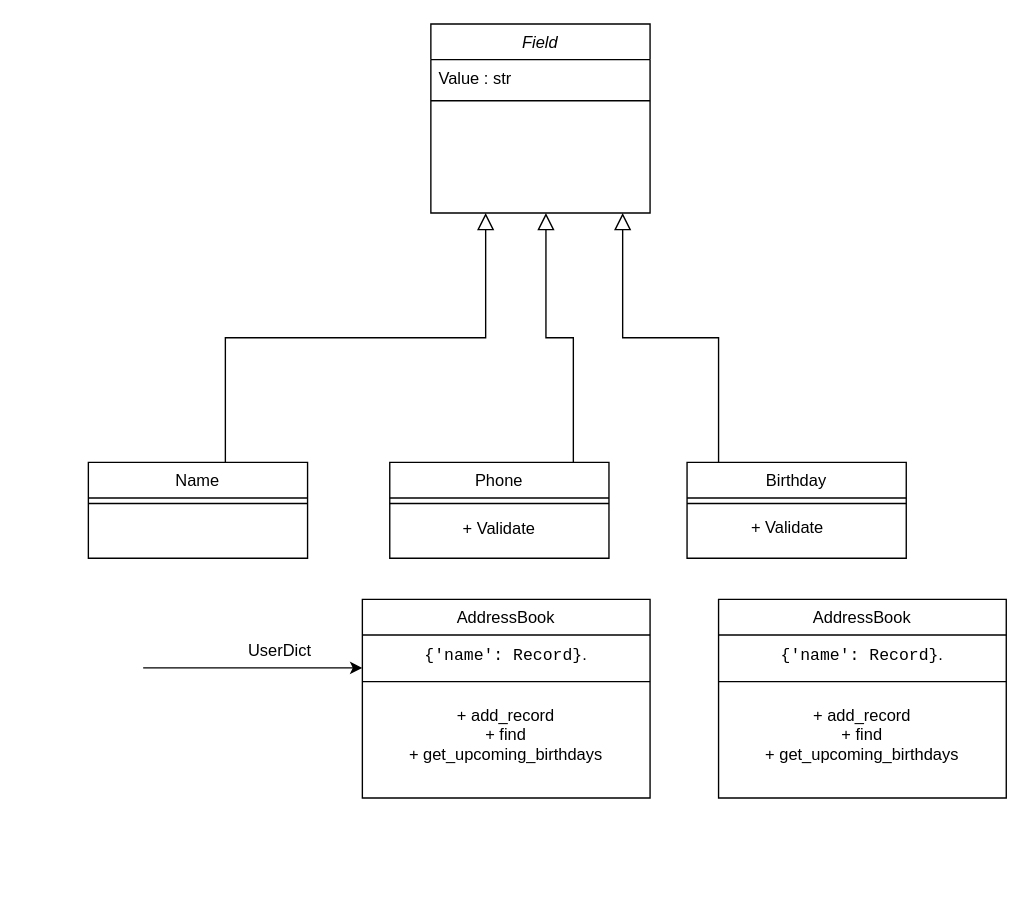
SvetlanaRomaniuk111/goit-pycore-hw-08 keeps this draw.io diagram as Untitled Diagram.drawio. Above is the earlier version. Source tidied: cells renumbered, new cells numbered last; positions are measured from the earlier drawing's top-left corner, leaving out a move shared by most shapes. Both pictures are drawn from the tidied source at 137%, with x=0, y=0 at pixel (88, 23).
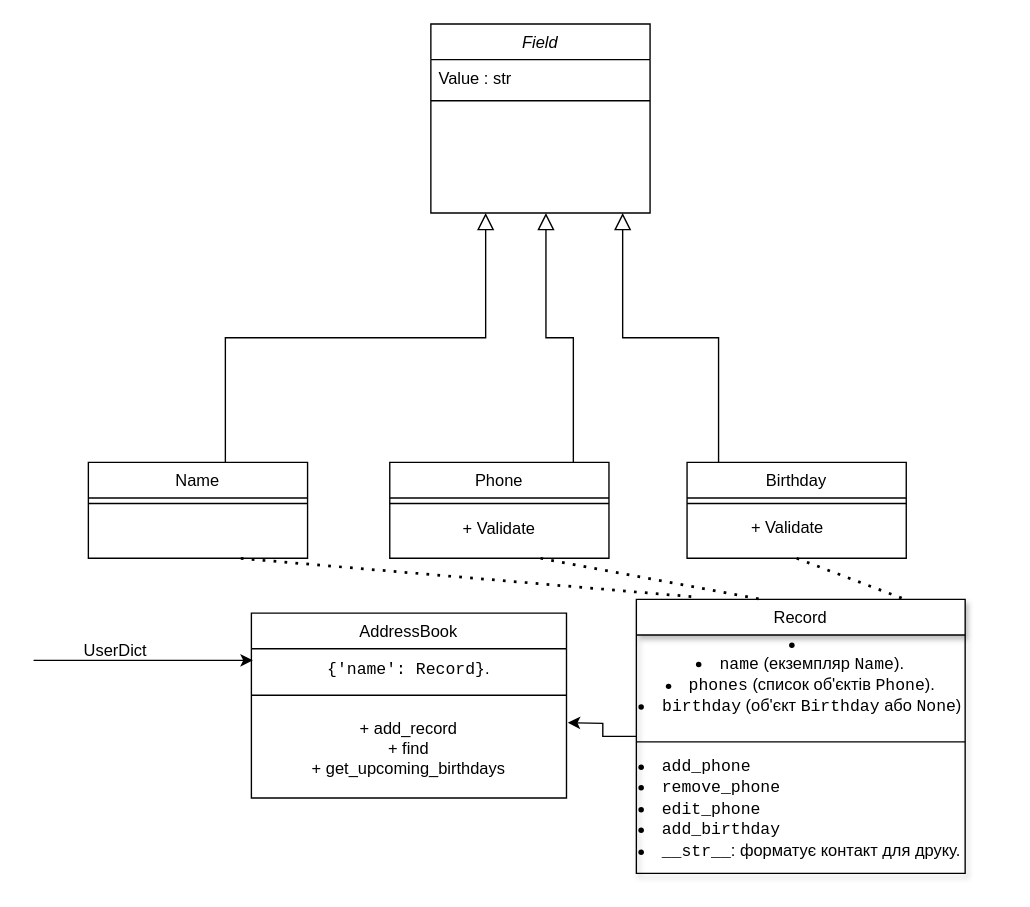
The same diagram, later.

The change refers to these unchanged cells:
```xml
<mxCell id="12" value="Birthday" style="swimlane;fontStyle=0;align=center;verticalAlign=top;horizontal=1;startSize=26;rounded=0;shadow=0;strokeWidth=1;" parent="1" vertex="1">
  <mxGeometry x="437" y="320" width="160" height="70" as="geometry" />
</mxCell>
```

Diff of the diagram source:
```diff
@@
     <mxCell id="17" style="edgeStyle=none;orthogonalLoop=1;jettySize=auto;html=1;rounded=0;entryX=0;entryY=0.5;entryDx=0;entryDy=0;" parent="1" edge="1">
       <mxGeometry relative="1" as="geometry">
-        <mxPoint x="40" y="470" as="sourcePoint" />
-        <mxPoint x="200" y="470" as="targetPoint" />
+        <mxPoint x="-40" y="464.5" as="sourcePoint" />
+        <mxPoint x="120" y="464.5" as="targetPoint" />
       </mxGeometry>
     </mxCell>
     <mxCell id="18" value="UserDict&lt;div&gt;&lt;br&gt;&lt;/div&gt;" style="text;strokeColor=none;align=center;fillColor=none;html=1;verticalAlign=middle;whiteSpace=wrap;rounded=0;" parent="1" vertex="1">
-      <mxGeometry x="110" y="450" width="60" height="30" as="geometry" />
+      <mxGeometry x="-10" y="450" width="60" height="30" as="geometry" />
     </mxCell>
     <mxCell id="19" value="AddressBook&#10;" style="swimlane;fontStyle=0;align=center;verticalAlign=top;horizontal=1;startSize=26;rounded=0;shadow=0;strokeWidth=1;" parent="1" vertex="1">
-      <mxGeometry x="200" y="420" width="210" height="145" as="geometry" />
+      <mxGeometry x="119" y="430" width="230" height="135" as="geometry" />
     </mxCell>
     <mxCell id="20" value="&lt;div&gt;&lt;br&gt;&lt;/div&gt;&lt;div&gt;&lt;br&gt;&lt;/div&gt;&lt;div&gt;&lt;br&gt;&lt;/div&gt;&lt;div&gt;&lt;br&gt;&lt;/div&gt;&lt;div&gt;&lt;br&gt;&lt;/div&gt;&lt;div&gt;&lt;code&gt;{'name': Record}&lt;/code&gt;.&lt;/div&gt;&lt;div&gt;&lt;br&gt;&lt;/div&gt;&lt;div&gt;&lt;br&gt;&lt;/div&gt;+ add_record&lt;div&gt;+&amp;nbsp;find&lt;/div&gt;&lt;div&gt;+&amp;nbsp;get_upcoming_birthdays&lt;/div&gt;" style="text;strokeColor=none;align=center;fillColor=none;html=1;verticalAlign=middle;whiteSpace=wrap;rounded=0;" parent="19" vertex="1">
-      <mxGeometry y="26" width="210" height="30" as="geometry" />
+      <mxGeometry y="26" width="230" height="30" as="geometry" />
     </mxCell>
     <mxCell id="21" style="line;html=1;strokeWidth=1;align=left;verticalAlign=middle;spacingTop=-1;spacingLeft=3;spacingRight=3;labelPosition=right;" parent="19" vertex="1">
-      <mxGeometry y="56" width="210" height="8" as="geometry" />
+      <mxGeometry y="56" width="230" height="8" as="geometry" />
     </mxCell>
+    <mxCell id="25" style="edgeStyle=orthogonalEdgeStyle;rounded=0;jettySize=auto;html=1;exitX=0;exitY=0.5;exitDx=0;exitDy=0;" parent="1" edge="1" source="22">
+      <mxGeometry relative="1" as="geometry">
+        <mxPoint x="350" y="510" as="targetPoint" />
+      </mxGeometry>
+    </mxCell>
-    <mxCell id="22" value="AddressBook&#10;" style="swimlane;fontStyle=0;align=center;verticalAlign=top;horizontal=1;startSize=26;rounded=0;shadow=0;strokeWidth=1;" parent="1" vertex="1">
-      <mxGeometry x="460" y="420" width="210" height="145" as="geometry" />
+    <mxCell id="22" value="Record&#10;" style="swimlane;fontStyle=0;align=center;verticalAlign=top;horizontal=1;startSize=26;rounded=0;shadow=1;strokeWidth=1;" parent="1" vertex="1">
+      <mxGeometry x="400" y="420" width="240" height="200" as="geometry" />
     </mxCell>
+    <mxCell id="24" style="line;html=1;strokeWidth=1;align=left;verticalAlign=middle;spacingTop=-1;spacingLeft=3;spacingRight=3;labelPosition=right;" parent="22" vertex="1">
+      <mxGeometry y="26" width="240" as="geometry" />
+    </mxCell>
-    <mxCell id="23" value="&lt;div&gt;&lt;br&gt;&lt;/div&gt;&lt;div&gt;&lt;br&gt;&lt;/div&gt;&lt;div&gt;&lt;br&gt;&lt;/div&gt;&lt;div&gt;&lt;br&gt;&lt;/div&gt;&lt;div&gt;&lt;br&gt;&lt;/div&gt;&lt;div&gt;&lt;code&gt;{'name': Record}&lt;/code&gt;.&lt;/div&gt;&lt;div&gt;&lt;br&gt;&lt;/div&gt;&lt;div&gt;&lt;br&gt;&lt;/div&gt;+ add_record&lt;div&gt;+&amp;nbsp;find&lt;/div&gt;&lt;div&gt;+&amp;nbsp;get_upcoming_birthdays&lt;/div&gt;" style="text;strokeColor=none;align=center;fillColor=none;html=1;verticalAlign=middle;whiteSpace=wrap;rounded=0;" parent="22" vertex="1">
-      <mxGeometry y="26" width="210" height="30" as="geometry" />
+    <mxCell id="23" value="&lt;div&gt;&lt;li&gt;&lt;br&gt;&lt;/li&gt;&lt;li&gt;&lt;code&gt;name&lt;/code&gt; (екземпляр &lt;code&gt;Name&lt;/code&gt;).&lt;/li&gt;&lt;li&gt;&lt;code&gt;phones&lt;/code&gt; (список об'єктів &lt;code&gt;Phone&lt;/code&gt;).&lt;/li&gt;&lt;li&gt;&lt;code&gt;birthday&lt;/code&gt; (об'єкт &lt;code&gt;Birthday&lt;/code&gt; або &lt;code&gt;None&lt;/code&gt;)&lt;/li&gt;&lt;/div&gt;&lt;div&gt;&lt;br&gt;&lt;/div&gt;" style="text;strokeColor=none;align=center;fillColor=none;html=1;verticalAlign=middle;whiteSpace=wrap;rounded=0;" parent="22" vertex="1">
+      <mxGeometry y="26" width="240" height="74" as="geometry" />
     </mxCell>
-    <mxCell id="24" style="line;html=1;strokeWidth=1;align=left;verticalAlign=middle;spacingTop=-1;spacingLeft=3;spacingRight=3;labelPosition=right;" parent="22" vertex="1">
-      <mxGeometry y="56" width="210" height="8" as="geometry" />
-    </mxCell>
+    <mxCell id="26" style="line;html=1;strokeWidth=1;align=left;verticalAlign=middle;spacingTop=-1;spacingLeft=3;spacingRight=3;labelPosition=right;" parent="22" vertex="1">
+      <mxGeometry y="100" width="240" height="8" as="geometry" />
+    </mxCell>
+    <mxCell id="27" value="&lt;li&gt;&lt;code&gt;add_phone&lt;/code&gt;&amp;nbsp;&lt;/li&gt;&lt;li&gt;&lt;code style=&quot;background-color: initial;&quot;&gt;remove_phone&lt;/code&gt;&lt;span style=&quot;background-color: initial;&quot;&gt;&amp;nbsp;&lt;/span&gt;&lt;/li&gt;&lt;li&gt;&lt;code style=&quot;background-color: initial;&quot;&gt;edit_phone&lt;/code&gt;&lt;/li&gt;&lt;li&gt;&lt;code&gt;add_birthday&lt;/code&gt;&lt;/li&gt;&lt;li&gt;&lt;code&gt;__str__&lt;/code&gt;: форматує контакт для друку.&lt;/li&gt;" style="text;whiteSpace=wrap;html=1;shadow=1;" parent="22" vertex="1">
+      <mxGeometry y="108" width="240" height="20" as="geometry" />
+    </mxCell>
+    <mxCell id="28" style="endArrow=none;dashed=1;html=1;dashPattern=1 3;strokeWidth=2;rounded=0;exitX=0.167;exitY=-0.01;exitDx=0;exitDy=0;exitPerimeter=0;" parent="1" edge="1" source="22">
+      <mxGeometry relative="1" as="geometry">
+        <mxPoint x="110" y="390" as="targetPoint" />
+      </mxGeometry>
+    </mxCell>
+    <mxCell id="29" style="endArrow=none;dashed=1;html=1;dashPattern=1 3;strokeWidth=2;rounded=0;entryX=0.379;entryY=0;entryDx=0;entryDy=0;entryPerimeter=0;" parent="1" edge="1" target="22">
+      <mxGeometry relative="1" as="geometry">
+        <mxPoint x="330" y="390" as="sourcePoint" />
+      </mxGeometry>
+    </mxCell>
+    <mxCell id="30" style="endArrow=none;dashed=1;html=1;dashPattern=1 3;strokeWidth=2;rounded=0;entryX=0.817;entryY=0;entryDx=0;entryDy=0;entryPerimeter=0;exitX=0.5;exitY=1;exitDx=0;exitDy=0;" parent="1" edge="1" source="12" target="22">
+      <mxGeometry relative="1" as="geometry" />
+    </mxCell>
```
